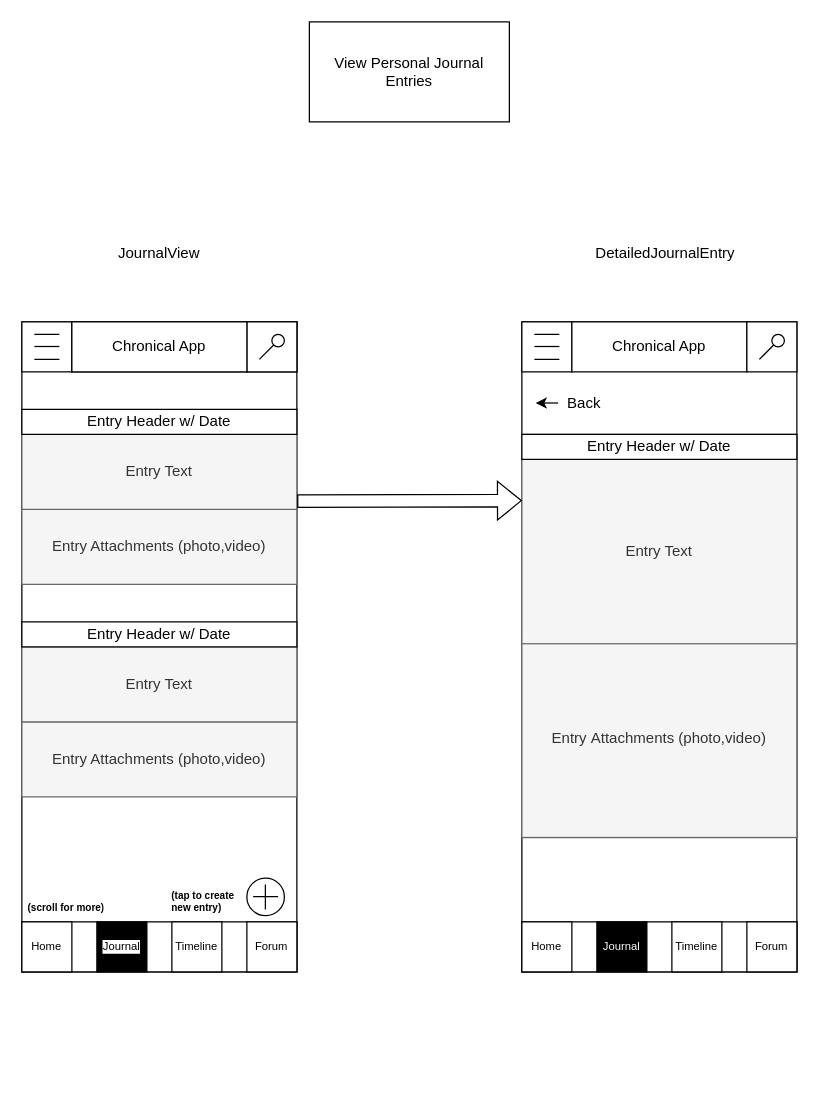
Earlier version of the draw.io diagram page "ViewJournal" (6 of 17) of Chronicle_Initial_App_Wireframe_Designs.drawio (Vaibhav-G-Parmar/Chronicle-Your-Ultimate-Travel-Companion). Source tidied: cells renumbered, new cells numbered last; positions are measured from the earlier drawing's top-left corner, leaving out a move shared by most shapes. Both pictures are drawn from the tidied source at 125%, with x=0, y=0 at pixel (21, 21).
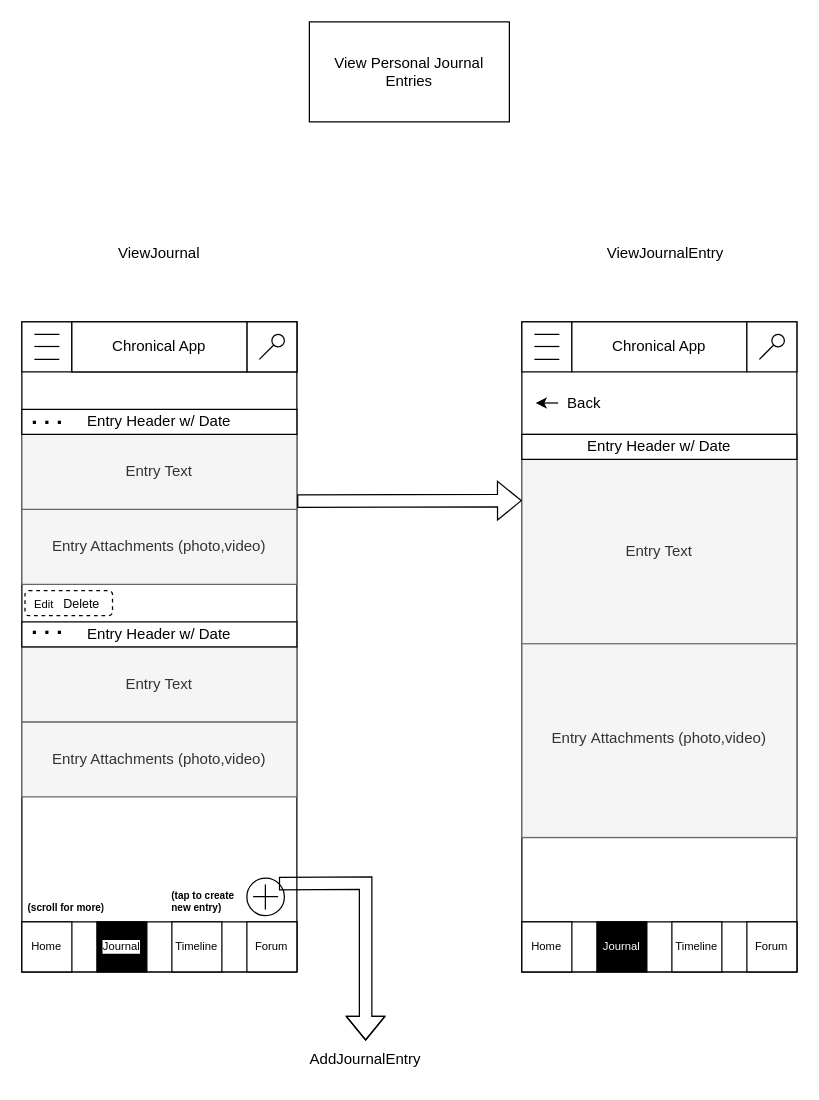
The same diagram, later.

The change refers to these unchanged cells:
```xml
<mxCell id="22" style="ellipse;whiteSpace=wrap;html=1;" parent="1" vertex="1">
  <mxGeometry x="180" y="685" width="30" height="30" as="geometry" />
</mxCell>
```

Diff of the diagram source:
```diff
@@
-    <mxCell id="50" value="JournalView" style="text;html=1;strokeColor=none;fillColor=none;align=center;verticalAlign=middle;whiteSpace=wrap;rounded=0;" parent="1" vertex="1">
+    <mxCell id="50" value="ViewJournal" style="text;html=1;strokeColor=none;fillColor=none;align=center;verticalAlign=middle;whiteSpace=wrap;rounded=0;" parent="1" vertex="1">
       <mxGeometry x="80" y="170" width="60" height="30" as="geometry" />
     </mxCell>
-    <mxCell id="51" value="DetailedJournalEntry" style="text;html=1;strokeColor=none;fillColor=none;align=center;verticalAlign=middle;whiteSpace=wrap;rounded=0;" parent="1" vertex="1">
+    <mxCell id="51" value="ViewJournalEntry" style="text;html=1;strokeColor=none;fillColor=none;align=center;verticalAlign=middle;whiteSpace=wrap;rounded=0;" parent="1" vertex="1">
       <mxGeometry x="470" y="170" width="90" height="30" as="geometry" />
     </mxCell>
+    <mxCell id="52" style="shape=flexArrow;endArrow=classic;html=1;rounded=0;exitX=1;exitY=0;exitDx=0;exitDy=0;" parent="1" edge="1" source="22" target="53">
+      <mxGeometry relative="1" as="geometry">
+        <Array as="points">
+          <mxPoint x="275" y="689" />
+        </Array>
+      </mxGeometry>
+    </mxCell>
+    <mxCell id="53" value="AddJournalEntry" style="text;html=1;strokeColor=none;fillColor=none;align=center;verticalAlign=middle;whiteSpace=wrap;rounded=0;" parent="1" vertex="1">
+      <mxGeometry x="245" y="815" width="60" height="30" as="geometry" />
+    </mxCell>
+    <mxCell id="54" value="&lt;b&gt;&lt;font style=&quot;font-size: 18px;&quot;&gt;. . .&lt;/font&gt;&lt;/b&gt;" style="text;html=1;strokeColor=none;fillColor=none;align=center;verticalAlign=middle;whiteSpace=wrap;rounded=0;" parent="1" vertex="1">
+      <mxGeometry x="2.5" y="312.5" width="35" height="7.5" as="geometry" />
+    </mxCell>
+    <mxCell id="55" value="&lt;b&gt;&lt;font style=&quot;font-size: 18px;&quot;&gt;. . .&lt;/font&gt;&lt;/b&gt;" style="text;html=1;strokeColor=none;fillColor=none;align=center;verticalAlign=middle;whiteSpace=wrap;rounded=0;" parent="1" vertex="1">
+      <mxGeometry x="2.5" y="480" width="35" height="7.5" as="geometry" />
+    </mxCell>
+    <mxCell id="56" style="rounded=1;whiteSpace=wrap;html=1;dashed=1;" parent="1" vertex="1">
+      <mxGeometry x="2.5" y="455" width="70" height="20" as="geometry" />
+    </mxCell>
+    <mxCell id="57" value="&lt;font style=&quot;font-size: 9px;&quot;&gt;Edit&lt;/font&gt;" style="text;html=1;strokeColor=none;fillColor=none;align=center;verticalAlign=middle;whiteSpace=wrap;rounded=0;" parent="1" vertex="1">
+      <mxGeometry x="2.5" y="460" width="30" height="10" as="geometry" />
+    </mxCell>
+    <mxCell id="58" value="&lt;font style=&quot;font-size: 10px;&quot;&gt;Delete&lt;/font&gt;" style="text;html=1;strokeColor=none;fillColor=none;align=center;verticalAlign=middle;whiteSpace=wrap;rounded=0;" parent="1" vertex="1">
+      <mxGeometry x="32.5" y="460" width="30" height="10" as="geometry" />
+    </mxCell>
```
